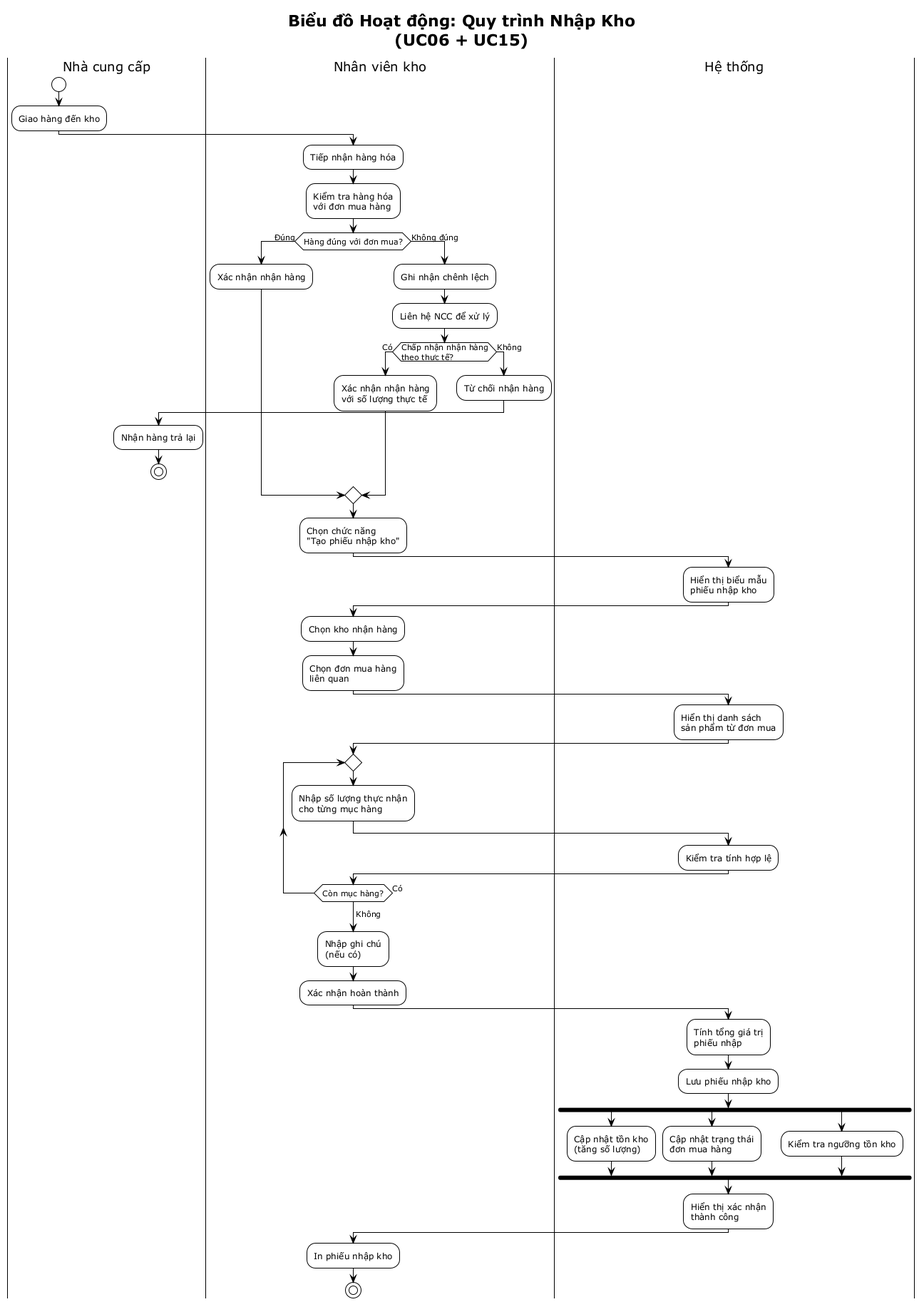
The PlantUML diagram BTL-QuanLyKhoHang/diagrams/activity-nhap-kho.png in vuhoabinh2416137/G8_Quanlysanphamvakhohang, before a commit. Its diagram source:
```plantuml
@startuml activity-nhap-kho
!theme plain
title Biểu đồ Hoạt động: Quy trình Nhập Kho\n(UC06 + UC15)

|Nhà cung cấp|
start
:Giao hàng đến kho;

|Nhân viên kho|
:Tiếp nhận hàng hóa;
:Kiểm tra hàng hóa\nvới đơn mua hàng;

if (Hàng đúng với đơn mua?) then (Đúng)
    :Xác nhận nhận hàng;
else (Không đúng)
    :Ghi nhận chênh lệch;
    :Liên hệ NCC để xử lý;
    if (Chấp nhận nhận hàng\ntheo thực tế?) then (Có)
        :Xác nhận nhận hàng\nvới số lượng thực tế;
    else (Không)
        :Từ chối nhận hàng;
        |Nhà cung cấp|
        :Nhận hàng trả lại;
        stop
    endif
endif

|Nhân viên kho|
:Chọn chức năng\n"Tạo phiếu nhập kho";

|Hệ thống|
:Hiển thị biểu mẫu\nphiếu nhập kho;

|Nhân viên kho|
:Chọn kho nhận hàng;
:Chọn đơn mua hàng\nliên quan;

|Hệ thống|
:Hiển thị danh sách\nsản phẩm từ đơn mua;

|Nhân viên kho|
repeat
    :Nhập số lượng thực nhận\ncho từng mục hàng;
    |Hệ thống|
    :Kiểm tra tính hợp lệ;
    |Nhân viên kho|
repeat while (Còn mục hàng?) is (Có)
-> Không;

:Nhập ghi chú\n(nếu có);
:Xác nhận hoàn thành;

|Hệ thống|
:Tính tổng giá trị\nphiếu nhập;
:Lưu phiếu nhập kho;

fork
    :Cập nhật tồn kho\n(tăng số lượng);
fork again
    :Cập nhật trạng thái\nđơn mua hàng;
fork again
    :Kiểm tra ngưỡng tồn kho;
end fork

:Hiển thị xác nhận\nthành công;

|Nhân viên kho|
:In phiếu nhập kho;

stop
@enduml
```
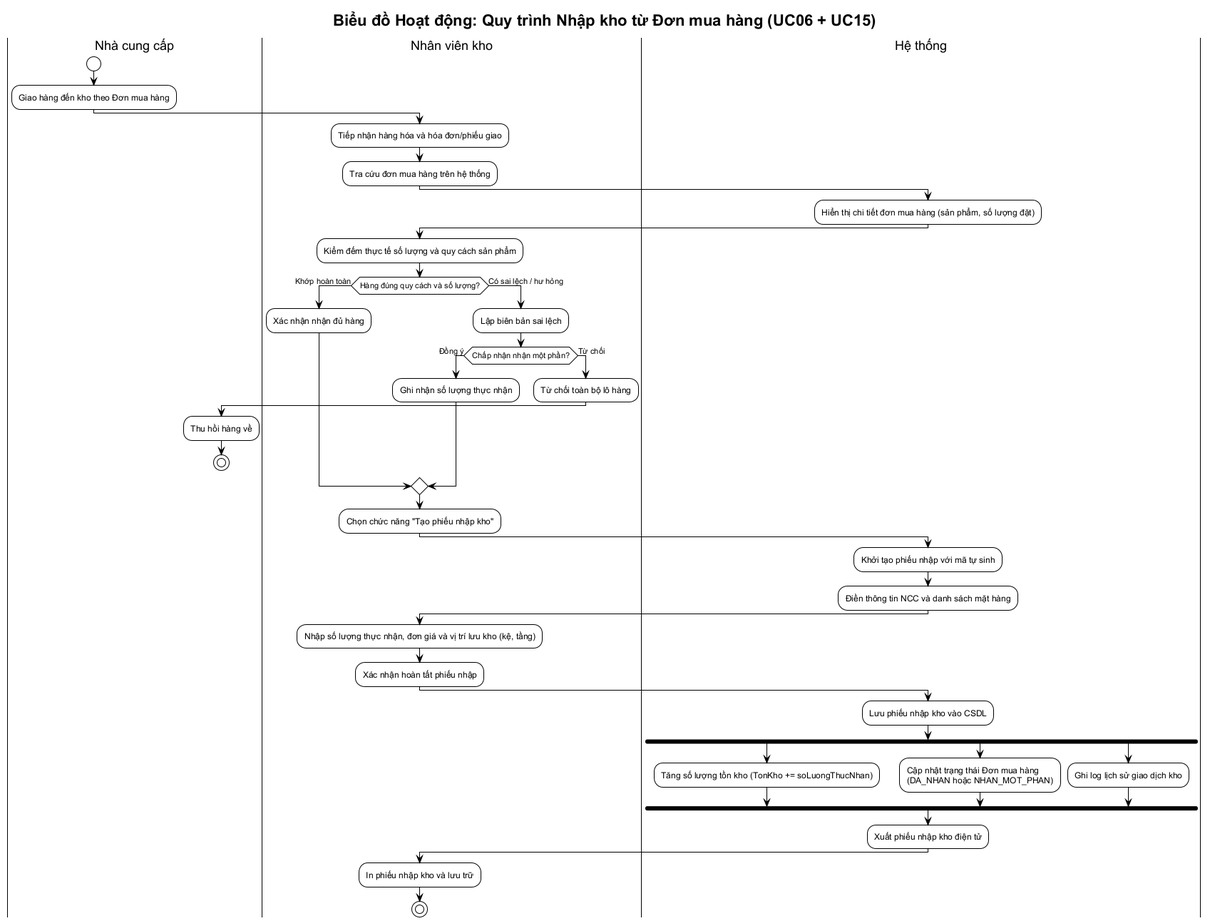
Later version of the same file.

The edit, as a diff of the source:
```diff
@@ -1,71 +1,60 @@
 @startuml activity-nhap-kho
 !theme plain
-title Biểu đồ Hoạt động: Quy trình Nhập Kho\n(UC06 + UC15)
+skinparam defaultFontName "Arial"
+title Biểu đồ Hoạt động: Quy trình Nhập kho từ Đơn mua hàng (UC06 + UC15)
 
 |Nhà cung cấp|
 start
-:Giao hàng đến kho;
+:Giao hàng đến kho theo Đơn mua hàng;
 
 |Nhân viên kho|
-:Tiếp nhận hàng hóa;
-:Kiểm tra hàng hóa\nvới đơn mua hàng;
+:Tiếp nhận hàng hóa và hóa đơn/phiếu giao;
+:Tra cứu đơn mua hàng trên hệ thống;
 
-if (Hàng đúng với đơn mua?) then (Đúng)
-    :Xác nhận nhận hàng;
-else (Không đúng)
-    :Ghi nhận chênh lệch;
-    :Liên hệ NCC để xử lý;
-    if (Chấp nhận nhận hàng\ntheo thực tế?) then (Có)
-        :Xác nhận nhận hàng\nvới số lượng thực tế;
-    else (Không)
-        :Từ chối nhận hàng;
+|Hệ thống|
+:Hiển thị chi tiết đơn mua hàng (sản phẩm, số lượng đặt);
+
+|Nhân viên kho|
+:Kiểm đếm thực tế số lượng và quy cách sản phẩm;
+
+if (Hàng đúng quy cách và số lượng?) then (Khớp hoàn toàn)
+    :Xác nhận nhận đủ hàng;
+else (Có sai lệch / hư hỏng)
+    :Lập biên bản sai lệch;
+    if (Chấp nhận nhận một phần?) then (Đồng ý)
+        :Ghi nhận số lượng thực nhận;
+    else (Từ chối)
+        :Từ chối toàn bộ lô hàng;
         |Nhà cung cấp|
-        :Nhận hàng trả lại;
+        :Thu hồi hàng về;
         stop
     endif
 endif
 
 |Nhân viên kho|
-:Chọn chức năng\n"Tạo phiếu nhập kho";
+:Chọn chức năng "Tạo phiếu nhập kho";
 
 |Hệ thống|
-:Hiển thị biểu mẫu\nphiếu nhập kho;
+:Khởi tạo phiếu nhập với mã tự sinh;
+:Điền thông tin NCC và danh sách mặt hàng;
 
 |Nhân viên kho|
-:Chọn kho nhận hàng;
-:Chọn đơn mua hàng\nliên quan;
+:Nhập số lượng thực nhận, đơn giá và vị trí lưu kho (kệ, tầng);
+:Xác nhận hoàn tất phiếu nhập;
 
 |Hệ thống|
-:Hiển thị danh sách\nsản phẩm từ đơn mua;
-
-|Nhân viên kho|
-repeat
-    :Nhập số lượng thực nhận\ncho từng mục hàng;
-    |Hệ thống|
-    :Kiểm tra tính hợp lệ;
-    |Nhân viên kho|
-repeat while (Còn mục hàng?) is (Có)
--> Không;
-
-:Nhập ghi chú\n(nếu có);
-:Xác nhận hoàn thành;
-
-|Hệ thống|
-:Tính tổng giá trị\nphiếu nhập;
-:Lưu phiếu nhập kho;
-
+:Lưu phiếu nhập kho vào CSDL;
 fork
-    :Cập nhật tồn kho\n(tăng số lượng);
+    :Tăng số lượng tồn kho (TonKho += soLuongThucNhan);
 fork again
-    :Cập nhật trạng thái\nđơn mua hàng;
+    :Cập nhật trạng thái Đơn mua hàng\n(DA_NHAN hoặc NHAN_MOT_PHAN);
 fork again
-    :Kiểm tra ngưỡng tồn kho;
+    :Ghi log lịch sử giao dịch kho;
 end fork
 
-:Hiển thị xác nhận\nthành công;
+:Xuất phiếu nhập kho điện tử;
+|Nhân viên kho|
+:In phiếu nhập kho và lưu trữ;
+stop
 
-|Nhân viên kho|
-:In phiếu nhập kho;
-
-stop
 @enduml
```
